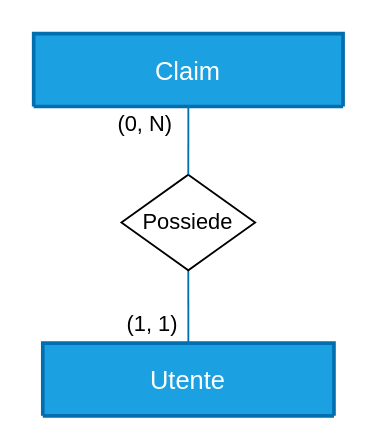
Earlier version of the draw.io diagram doc/utente_claim/utente_claim.drawio (EndriDomiUni/E-commerce). Source tidied: cells renumbered, new cells numbered last; positions are measured from the earlier drawing's top-left corner, leaving out a move shared by most shapes. Both pictures are drawn from the tidied source at 182%, with x=0, y=0 at pixel (33, 33).
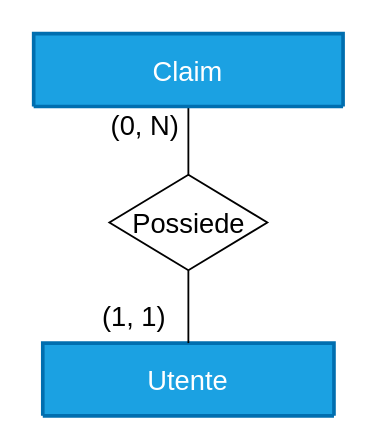
The same page after the edit.

The edit, as a diff of the source:
```diff
@@
 <mxGraphModel>
   <root>
     <mxCell id="0" />
     <mxCell id="1" parent="0" />
-    <mxCell id="2" value="Utente" style="swimlane;horizontal=1;startSize=130;rounded=1;fontSize=14;fontStyle=0;strokeWidth=2;shadow=0;dashed=0;align=center;fillColor=#1ba1e2;fontColor=#ffffff;strokeColor=#006EAF;" parent="1" vertex="1">
+    <mxCell id="2" value="Utente" style="swimlane;horizontal=1;startSize=130;rounded=1;fontSize=15;fontStyle=0;strokeWidth=2;shadow=0;dashed=0;align=center;fillColor=#1ba1e2;fontColor=#ffffff;strokeColor=#006EAF;" parent="1" vertex="1">
       <mxGeometry x="5" y="170" width="160" height="40" as="geometry" />
     </mxCell>
-    <mxCell id="3" style="edgeStyle=none;html=1;exitX=0.5;exitY=1;exitDx=0;exitDy=0;entryX=0.5;entryY=0;entryDx=0;entryDy=0;endArrow=none;endFill=0;fillColor=#1ba1e2;strokeColor=#006EAF;" parent="1" edge="1" source="4" target="2">
+    <mxCell id="3" style="edgeStyle=none;html=1;exitX=0.5;exitY=1;exitDx=0;exitDy=0;entryX=0.5;entryY=0;entryDx=0;entryDy=0;endArrow=none;endFill=0;fontSize=15;" parent="1" edge="1" source="4" target="2">
       <mxGeometry relative="1" as="geometry" />
     </mxCell>
-    <mxCell id="4" value="Possiede" style="shape=rhombus;perimeter=rhombusPerimeter;whiteSpace=wrap;html=1;align=center;" parent="1" vertex="1">
-      <mxGeometry x="48.2" y="77.5" width="73.5" height="52.5" as="geometry" />
+    <mxCell id="4" value="Possiede" style="shape=rhombus;perimeter=rhombusPerimeter;whiteSpace=wrap;html=1;align=center;fontSize=15;" parent="1" vertex="1">
+      <mxGeometry x="41.6" y="77.5" width="86.8" height="52.5" as="geometry" />
     </mxCell>
-    <mxCell id="5" style="edgeStyle=none;html=1;exitX=0.5;exitY=0;exitDx=0;exitDy=0;entryX=0.5;entryY=1;entryDx=0;entryDy=0;endArrow=none;endFill=0;fillColor=#1ba1e2;strokeColor=#006EAF;" parent="1" edge="1" source="4" target="8">
+    <mxCell id="5" style="edgeStyle=none;html=1;exitX=0.5;exitY=0;exitDx=0;exitDy=0;entryX=0.5;entryY=1;entryDx=0;entryDy=0;endArrow=none;endFill=0;fontSize=15;" parent="1" edge="1" source="4" target="8">
       <mxGeometry relative="1" as="geometry" />
     </mxCell>
-    <mxCell id="6" value="(1, 1)" style="text;html=1;align=center;verticalAlign=middle;" parent="1" vertex="1">
-      <mxGeometry x="45" y="150" width="40" height="20" as="geometry" />
+    <mxCell id="6" value="(1, 1)" style="text;html=1;align=center;verticalAlign=middle;fontSize=15;" parent="1" vertex="1">
+      <mxGeometry x="25" y="140" width="60" height="30" as="geometry" />
     </mxCell>
-    <mxCell id="7" value="(0, N)" style="text;html=1;align=center;verticalAlign=middle;" parent="1" vertex="1">
-      <mxGeometry x="36" y="40" width="50" height="20" as="geometry" />
+    <mxCell id="7" value="(0, N)" style="text;html=1;align=center;verticalAlign=middle;fontSize=15;" parent="1" vertex="1">
+      <mxGeometry x="31" y="35" width="60" height="30" as="geometry" />
     </mxCell>
-    <mxCell id="8" value="Claim" style="swimlane;horizontal=1;startSize=80;rounded=1;fontSize=14;fontStyle=0;strokeWidth=2;shadow=0;dashed=0;align=center;fillColor=#1ba1e2;fontColor=#ffffff;strokeColor=#006EAF;" parent="1" vertex="1">
+    <mxCell id="8" value="Claim" style="swimlane;horizontal=1;startSize=80;rounded=1;fontSize=15;fontStyle=0;strokeWidth=2;shadow=0;dashed=0;align=center;fillColor=#1ba1e2;fontColor=#ffffff;strokeColor=#006EAF;" parent="1" vertex="1">
       <mxGeometry width="170" height="40" as="geometry" />
     </mxCell>
   </root>
 </mxGraphModel>
```
